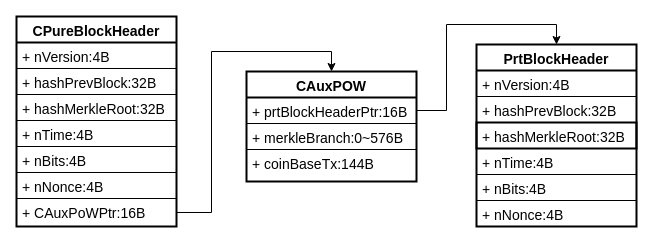
Earlier version of the draw.io diagram auxblock.drawio (weihanby/Hello_Fudan). Source tidied: cells renumbered, new cells numbered last; positions are measured from the earlier drawing's top-left corner, leaving out a move shared by most shapes. Both pictures are drawn from the tidied source at 100%, with x=0, y=0 at pixel (16, 16).
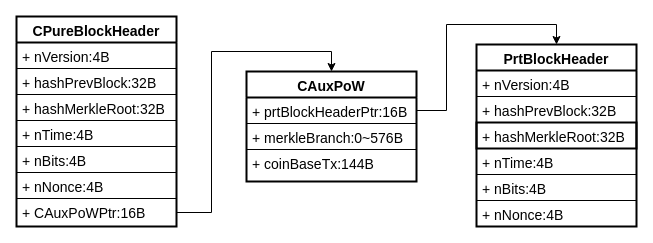
After the change.

Diff of the diagram source:
```diff
@@
-    <mxCell id="10" value="CAuxPOW" style="swimlane;fontStyle=1;align=center;verticalAlign=top;horizontal=1;startSize=26;rounded=0;shadow=0;strokeWidth=2;fontSize=14;" parent="1" vertex="1">
+    <mxCell id="10" value="CAuxPoW" style="swimlane;fontStyle=1;align=center;verticalAlign=top;horizontal=1;startSize=26;rounded=0;shadow=0;strokeWidth=2;fontSize=14;" parent="1" vertex="1">
       <mxGeometry x="230" y="55" width="170" height="110" as="geometry" />
     </mxCell>
```
